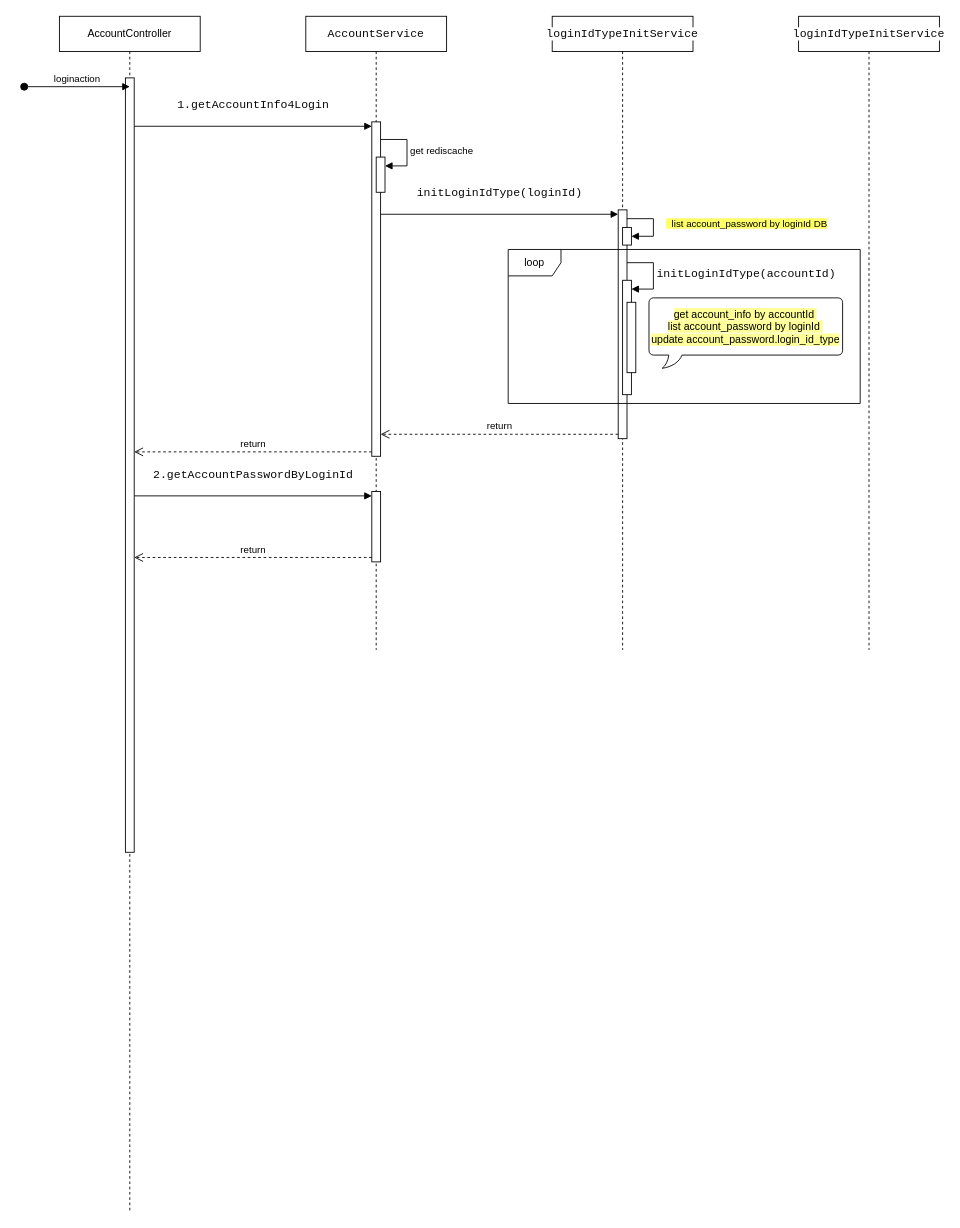
This is page "第 2 页" (2 of 2) of mfc-auth.drawio from beixiaohai/goose, a draw.io file, before an edit. Source tidied: cells renumbered, new cells numbered last; positions are measured from the earlier drawing's top-left corner, leaving out a move shared by most shapes. Both pictures are drawn from the tidied source at 88%, with x=0, y=0 at pixel (24, 16).
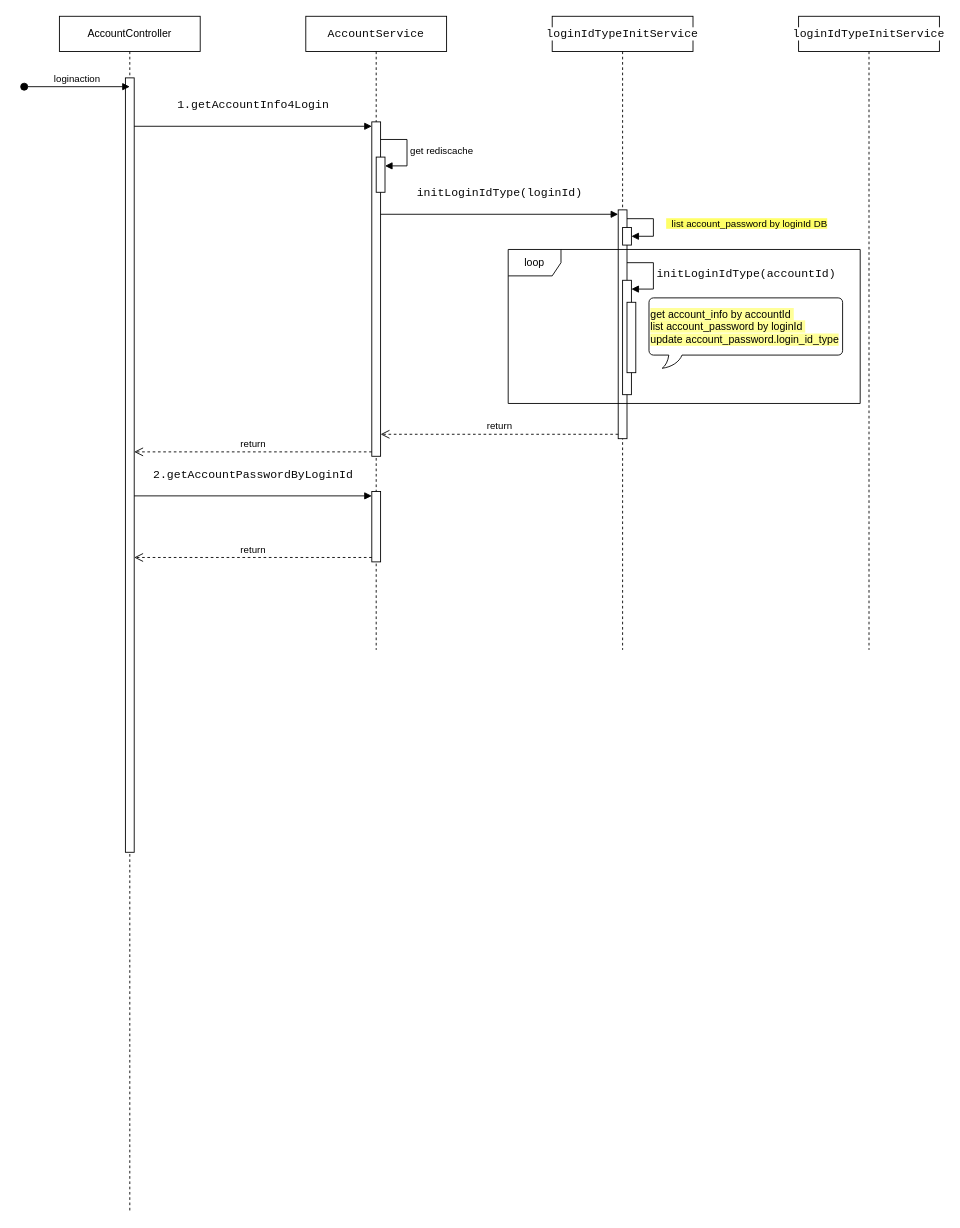
After the change.

Diff of the diagram source:
```diff
@@
-    <mxCell id="24" value="&lt;div&gt;&lt;span style=&quot;background-color: rgb(255, 255, 153);&quot;&gt;get account_info by accountId&amp;nbsp;&lt;/span&gt;&lt;/div&gt;&lt;div&gt;&lt;span style=&quot;background-color: rgb(255, 255, 153);&quot;&gt;list account_password by loginId&amp;nbsp;&lt;/span&gt;&lt;/div&gt;&lt;div&gt;&lt;span style=&quot;background-color: rgb(255, 255, 153);&quot;&gt;update account_password.login_id_type&lt;/span&gt;&lt;/div&gt;" style="whiteSpace=wrap;html=1;shape=mxgraph.basic.roundRectCallout;dx=30;dy=15;size=5;boundedLbl=1;" parent="1" vertex="1">
+    <mxCell id="24" value="&lt;div&gt;&lt;span style=&quot;background-color: rgb(255, 255, 153);&quot;&gt;get account_info by accountId&amp;nbsp;&lt;/span&gt;&lt;/div&gt;&lt;div&gt;&lt;span style=&quot;background-color: rgb(255, 255, 153);&quot;&gt;list account_password by loginId&amp;nbsp;&lt;/span&gt;&lt;/div&gt;&lt;div&gt;&lt;span style=&quot;background-color: rgb(255, 255, 153);&quot;&gt;update account_password.login_id_type&lt;/span&gt;&lt;/div&gt;" style="whiteSpace=wrap;html=1;shape=mxgraph.basic.roundRectCallout;dx=30;dy=15;size=5;boundedLbl=1;align=left;" parent="1" vertex="1">
       <mxGeometry x="710" y="320" width="220" height="80" as="geometry" />
     </mxCell>
```
